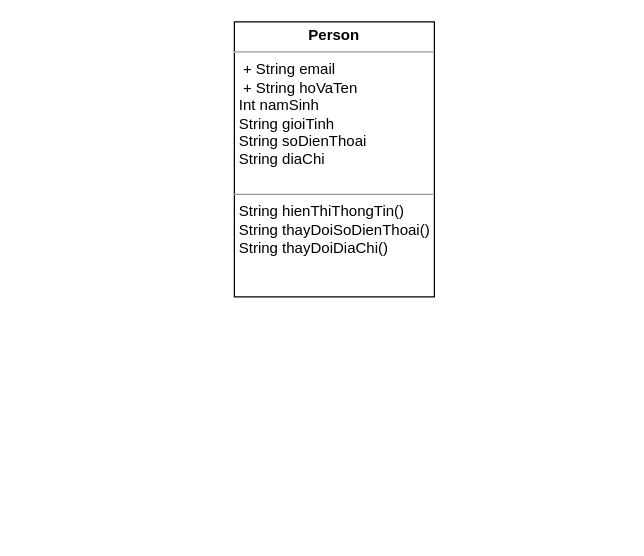
Before: QuanLySinhVien.drawio in truongdien123/PRO192, a draw.io diagram. Source tidied: cells renumbered, new cells numbered last; positions are measured from the earlier drawing's top-left corner, leaving out a move shared by most shapes. Both pictures are drawn from the tidied source at 125%, with x=0, y=0 at pixel (234, 21).
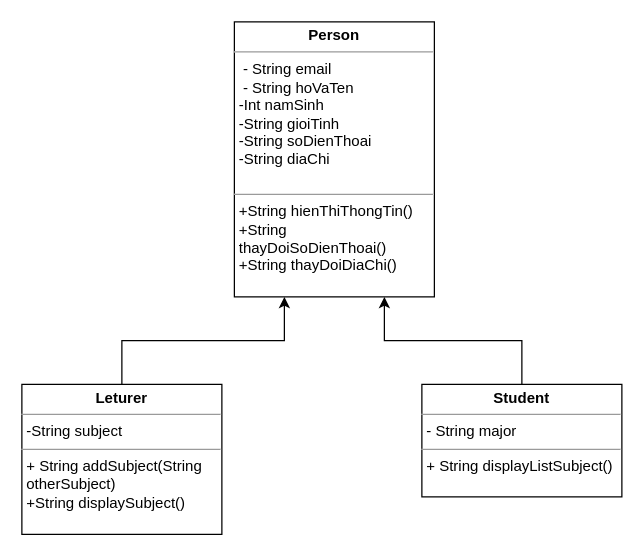
The same page after the edit.

Diff of the diagram source:
```diff
@@
 <mxGraphModel>
   <root>
     <mxCell id="0" />
     <mxCell id="1" parent="0" />
-    <mxCell id="2" value="&lt;p style=&quot;margin:0px;margin-top:4px;text-align:center;&quot;&gt;&lt;b&gt;Person&lt;/b&gt;&lt;/p&gt;&lt;hr size=&quot;1&quot;&gt;&lt;p style=&quot;margin:0px;margin-left:4px;&quot;&gt;&amp;nbsp;+ String email&lt;/p&gt;&lt;p style=&quot;margin:0px;margin-left:4px;&quot;&gt;&amp;nbsp;+ String hoVaTen&lt;/p&gt;&lt;p style=&quot;margin:0px;margin-left:4px;&quot;&gt;Int namSinh&lt;/p&gt;&lt;p style=&quot;margin:0px;margin-left:4px;&quot;&gt;String gioiTinh&lt;/p&gt;&lt;p style=&quot;margin:0px;margin-left:4px;&quot;&gt;String soDienThoai&lt;/p&gt;&lt;p style=&quot;margin:0px;margin-left:4px;&quot;&gt;String diaChi&lt;/p&gt;&lt;p style=&quot;margin:0px;margin-left:4px;&quot;&gt;&lt;br&gt;&lt;/p&gt;&lt;hr size=&quot;1&quot;&gt;&lt;p style=&quot;margin:0px;margin-left:4px;&quot;&gt;String hienThiThongTin()&lt;/p&gt;&lt;p style=&quot;margin:0px;margin-left:4px;&quot;&gt;String thayDoiSoDienThoai()&lt;/p&gt;&lt;p style=&quot;margin:0px;margin-left:4px;&quot;&gt;String thayDoiDiaChi()&lt;/p&gt;" style="verticalAlign=top;align=left;overflow=fill;fontSize=12;fontFamily=Helvetica;html=1;whiteSpace=wrap;" parent="1" vertex="1">
+    <mxCell id="2" value="&lt;p style=&quot;margin:0px;margin-top:4px;text-align:center;&quot;&gt;&lt;b&gt;Person&lt;/b&gt;&lt;/p&gt;&lt;hr size=&quot;1&quot;&gt;&lt;p style=&quot;margin:0px;margin-left:4px;&quot;&gt;&amp;nbsp;- String email&lt;/p&gt;&lt;p style=&quot;margin:0px;margin-left:4px;&quot;&gt;&amp;nbsp;- String hoVaTen&lt;/p&gt;&lt;p style=&quot;margin:0px;margin-left:4px;&quot;&gt;-Int namSinh&lt;/p&gt;&lt;p style=&quot;margin:0px;margin-left:4px;&quot;&gt;-String gioiTinh&lt;/p&gt;&lt;p style=&quot;margin:0px;margin-left:4px;&quot;&gt;-String soDienThoai&lt;/p&gt;&lt;p style=&quot;margin:0px;margin-left:4px;&quot;&gt;-String diaChi&lt;/p&gt;&lt;p style=&quot;margin:0px;margin-left:4px;&quot;&gt;&lt;br&gt;&lt;/p&gt;&lt;hr size=&quot;1&quot;&gt;&lt;p style=&quot;margin:0px;margin-left:4px;&quot;&gt;+String hienThiThongTin()&lt;/p&gt;&lt;p style=&quot;margin:0px;margin-left:4px;&quot;&gt;+String thayDoiSoDienThoai()&lt;/p&gt;&lt;p style=&quot;margin:0px;margin-left:4px;&quot;&gt;+String thayDoiDiaChi()&lt;/p&gt;" style="verticalAlign=top;align=left;overflow=fill;fontSize=12;fontFamily=Helvetica;html=1;whiteSpace=wrap;" parent="1" vertex="1">
       <mxGeometry width="160" height="220" as="geometry" />
     </mxCell>
+    <mxCell id="3" style="edgeStyle=orthogonalEdgeStyle;rounded=0;jettySize=auto;html=1;exitX=0.5;exitY=0;exitDx=0;exitDy=0;" parent="1" edge="1" source="4" target="2">
+      <mxGeometry relative="1" as="geometry">
+        <Array as="points">
+          <mxPoint x="-90" y="255" />
+          <mxPoint x="40" y="255" />
+        </Array>
+      </mxGeometry>
+    </mxCell>
+    <mxCell id="4" value="&lt;p style=&quot;margin:0px;margin-top:4px;text-align:center;&quot;&gt;&lt;b&gt;Leturer&lt;/b&gt;&lt;/p&gt;&lt;hr size=&quot;1&quot;&gt;&lt;p style=&quot;margin:0px;margin-left:4px;&quot;&gt;-String subject&lt;/p&gt;&lt;hr size=&quot;1&quot;&gt;&lt;p style=&quot;margin:0px;margin-left:4px;&quot;&gt;+ String addSubject(String otherSubject)&lt;/p&gt;&lt;p style=&quot;margin:0px;margin-left:4px;&quot;&gt;+String displaySubject()&lt;/p&gt;" style="verticalAlign=top;align=left;overflow=fill;fontSize=12;fontFamily=Helvetica;html=1;whiteSpace=wrap;" parent="1" vertex="1">
+      <mxGeometry x="-170" y="290" width="160" height="120" as="geometry" />
+    </mxCell>
+    <mxCell id="5" style="edgeStyle=orthogonalEdgeStyle;rounded=0;jettySize=auto;html=1;exitX=0.5;exitY=0;exitDx=0;exitDy=0;entryX=0.75;entryY=1;entryDx=0;entryDy=0;" parent="1" edge="1" source="6" target="2">
+      <mxGeometry relative="1" as="geometry" />
+    </mxCell>
+    <mxCell id="6" value="&lt;p style=&quot;margin:0px;margin-top:4px;text-align:center;&quot;&gt;&lt;b&gt;Student&lt;/b&gt;&lt;/p&gt;&lt;hr size=&quot;1&quot;&gt;&lt;p style=&quot;margin:0px;margin-left:4px;&quot;&gt;- String major&lt;/p&gt;&lt;hr size=&quot;1&quot;&gt;&lt;p style=&quot;margin:0px;margin-left:4px;&quot;&gt;+ String displayListSubject()&lt;/p&gt;" style="verticalAlign=top;align=left;overflow=fill;fontSize=12;fontFamily=Helvetica;html=1;whiteSpace=wrap;" parent="1" vertex="1">
+      <mxGeometry x="150" y="290" width="160" height="90" as="geometry" />
+    </mxCell>
   </root>
 </mxGraphModel>
```
